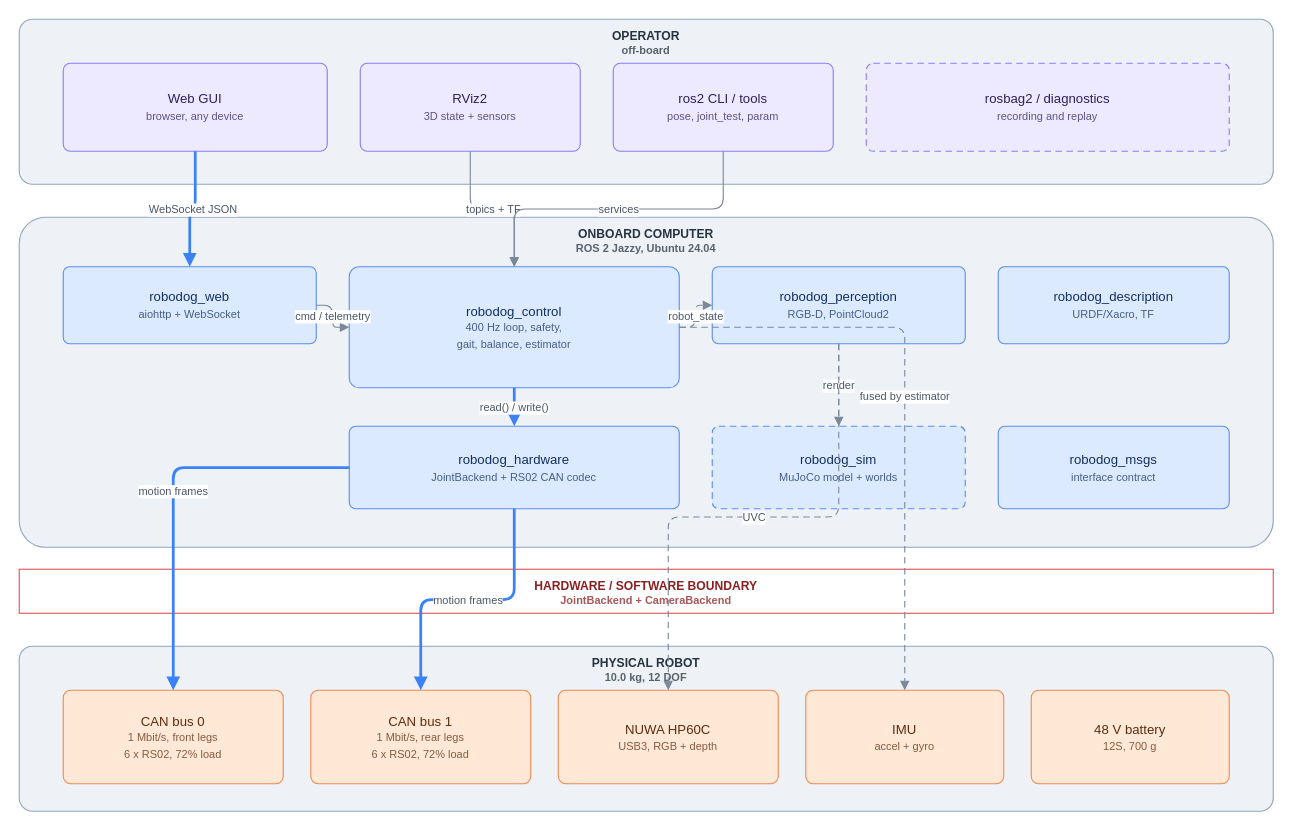
This is docs/diagrams/system_architecture.drawio from farouk15160/robodog, a draw.io file, before an edit. Source tidied: cells renumbered, new cells numbered last; positions are measured from the earlier drawing's top-left corner, leaving out a move shared by most shapes. Both pictures are drawn from the tidied source at 110%, with x=0, y=0 at pixel (19, 19).
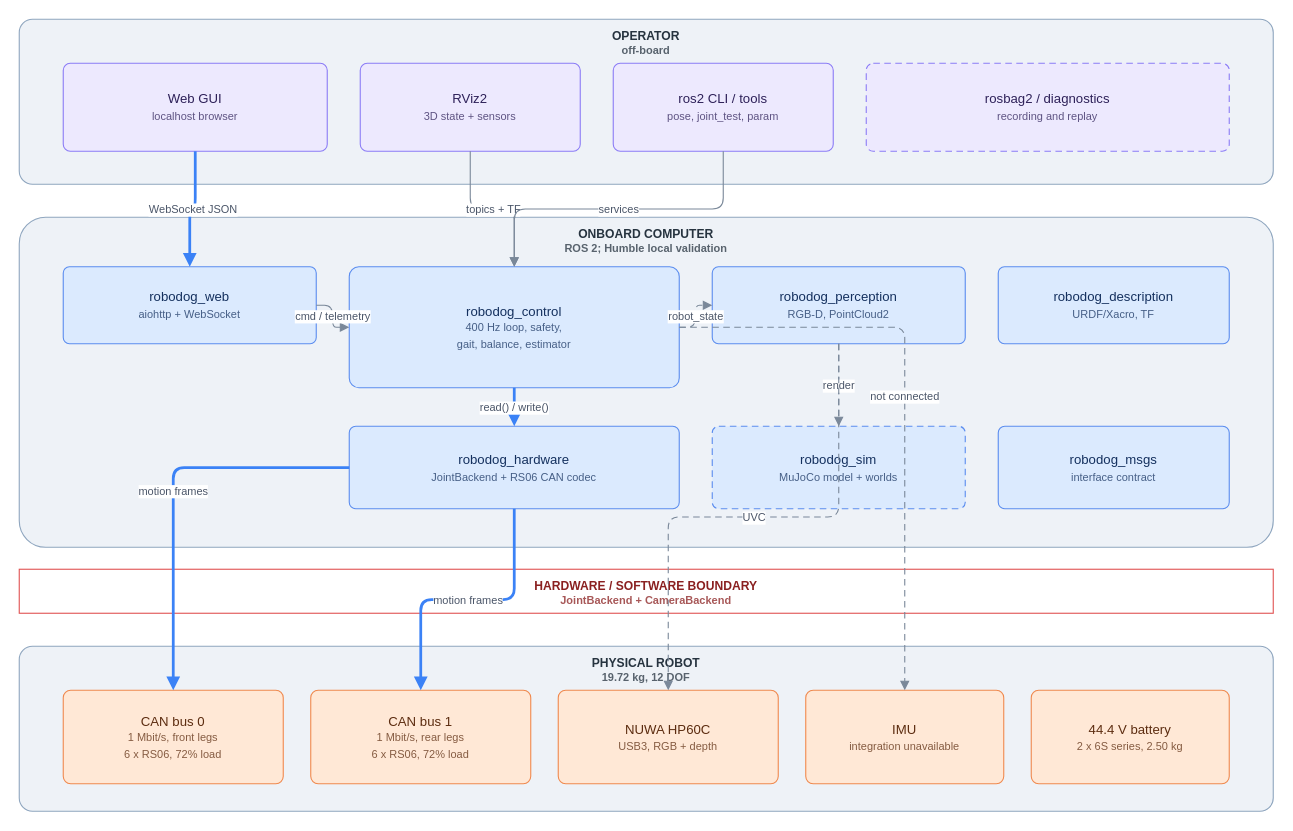
The same diagram, later.

Unchanged cells that the change refers to:
```xml
<mxCell id="11" value="robodog_control&lt;br/&gt;&lt;font style='font-size:10px;opacity:0.75'&gt;400 Hz loop, safety,&#10;gait, balance, estimator&lt;/font&gt;" style="rounded=1;whiteSpace=wrap;html=1;fillColor=#dbeafe;strokeColor=#5b8def;fontColor=#14305e;fontFamily=Helvetica;fontSize=12;arcSize=8;verticalAlign=middle;align=center;spacing=4;" parent="1" vertex="1">
  <mxGeometry x="300" y="225" width="300" height="110" as="geometry" />
</mxCell>
```

Diff of the diagram source:
```diff
@@
-    <mxCell id="3" value="ONBOARD COMPUTER&lt;br/&gt;&lt;font style='font-size:10px;opacity:0.75'&gt;ROS 2 Jazzy, Ubuntu 24.04&lt;/font&gt;" style="rounded=1;whiteSpace=wrap;html=1;fillColor=#eef2f7;strokeColor=#8fa6bf;fontColor=#26333f;fontFamily=Helvetica;fontSize=12;arcSize=8;verticalAlign=middle;align=center;spacing=4;verticalAlign=top;fontStyle=1;fontSize=11;" parent="1" vertex="1">
+    <mxCell id="3" value="ONBOARD COMPUTER&lt;br/&gt;&lt;font style='font-size:10px;opacity:0.75'&gt;ROS 2; Humble local validation&lt;/font&gt;" style="rounded=1;whiteSpace=wrap;html=1;fillColor=#eef2f7;strokeColor=#8fa6bf;fontColor=#26333f;fontFamily=Helvetica;fontSize=12;arcSize=8;verticalAlign=middle;align=center;spacing=4;verticalAlign=top;fontStyle=1;fontSize=11;" parent="1" vertex="1">
       <mxGeometry y="180" width="1140" height="300" as="geometry" />
     </mxCell>
@@
-    <mxCell id="5" value="PHYSICAL ROBOT&lt;br/&gt;&lt;font style='font-size:10px;opacity:0.75'&gt;10.0 kg, 12 DOF&lt;/font&gt;" style="rounded=1;whiteSpace=wrap;html=1;fillColor=#eef2f7;strokeColor=#8fa6bf;fontColor=#26333f;fontFamily=Helvetica;fontSize=12;arcSize=8;verticalAlign=middle;align=center;spacing=4;verticalAlign=top;fontStyle=1;fontSize=11;" parent="1" vertex="1">
+    <mxCell id="5" value="PHYSICAL ROBOT&lt;br/&gt;&lt;font style='font-size:10px;opacity:0.75'&gt;19.72 kg, 12 DOF&lt;/font&gt;" style="rounded=1;whiteSpace=wrap;html=1;fillColor=#eef2f7;strokeColor=#8fa6bf;fontColor=#26333f;fontFamily=Helvetica;fontSize=12;arcSize=8;verticalAlign=middle;align=center;spacing=4;verticalAlign=top;fontStyle=1;fontSize=11;" parent="1" vertex="1">
       <mxGeometry y="570" width="1140" height="150" as="geometry" />
     </mxCell>
-    <mxCell id="6" value="Web GUI&lt;br/&gt;&lt;font style='font-size:10px;opacity:0.75'&gt;browser, any device&lt;/font&gt;" style="rounded=1;whiteSpace=wrap;html=1;fillColor=#ede9fe;strokeColor=#8b7cf6;fontColor=#2e2159;fontFamily=Helvetica;fontSize=12;arcSize=8;verticalAlign=middle;align=center;spacing=4;" parent="1" vertex="1">
+    <mxCell id="6" value="Web GUI&lt;br/&gt;&lt;font style='font-size:10px;opacity:0.75'&gt;localhost browser&lt;/font&gt;" style="rounded=1;whiteSpace=wrap;html=1;fillColor=#ede9fe;strokeColor=#8b7cf6;fontColor=#2e2159;fontFamily=Helvetica;fontSize=12;arcSize=8;verticalAlign=middle;align=center;spacing=4;" parent="1" vertex="1">
       <mxGeometry x="40" y="40" width="240" height="80" as="geometry" />
     </mxCell>
@@
-    <mxCell id="14" value="robodog_hardware&lt;br/&gt;&lt;font style='font-size:10px;opacity:0.75'&gt;JointBackend + RS02 CAN codec&lt;/font&gt;" style="rounded=1;whiteSpace=wrap;html=1;fillColor=#dbeafe;strokeColor=#5b8def;fontColor=#14305e;fontFamily=Helvetica;fontSize=12;arcSize=8;verticalAlign=middle;align=center;spacing=4;" parent="1" vertex="1">
+    <mxCell id="14" value="robodog_hardware&lt;br/&gt;&lt;font style='font-size:10px;opacity:0.75'&gt;JointBackend + RS06 CAN codec&lt;/font&gt;" style="rounded=1;whiteSpace=wrap;html=1;fillColor=#dbeafe;strokeColor=#5b8def;fontColor=#14305e;fontFamily=Helvetica;fontSize=12;arcSize=8;verticalAlign=middle;align=center;spacing=4;" parent="1" vertex="1">
       <mxGeometry x="300" y="370" width="300" height="75" as="geometry" />
     </mxCell>
@@
-    <mxCell id="17" value="CAN bus 0&lt;br/&gt;&lt;font style='font-size:10px;opacity:0.75'&gt;1 Mbit/s, front legs&#10;6 x RS02, 72% load&lt;/font&gt;" style="rounded=1;whiteSpace=wrap;html=1;fillColor=#ffe8d6;strokeColor=#f0894e;fontColor=#5c2c10;fontFamily=Helvetica;fontSize=12;arcSize=8;verticalAlign=middle;align=center;spacing=4;" parent="1" vertex="1">
+    <mxCell id="17" value="CAN bus 0&lt;br/&gt;&lt;font style='font-size:10px;opacity:0.75'&gt;1 Mbit/s, front legs&#10;6 x RS06, 72% load&lt;/font&gt;" style="rounded=1;whiteSpace=wrap;html=1;fillColor=#ffe8d6;strokeColor=#f0894e;fontColor=#5c2c10;fontFamily=Helvetica;fontSize=12;arcSize=8;verticalAlign=middle;align=center;spacing=4;" parent="1" vertex="1">
       <mxGeometry x="40" y="610" width="200" height="85" as="geometry" />
     </mxCell>
-    <mxCell id="18" value="CAN bus 1&lt;br/&gt;&lt;font style='font-size:10px;opacity:0.75'&gt;1 Mbit/s, rear legs&#10;6 x RS02, 72% load&lt;/font&gt;" style="rounded=1;whiteSpace=wrap;html=1;fillColor=#ffe8d6;strokeColor=#f0894e;fontColor=#5c2c10;fontFamily=Helvetica;fontSize=12;arcSize=8;verticalAlign=middle;align=center;spacing=4;" parent="1" vertex="1">
+    <mxCell id="18" value="CAN bus 1&lt;br/&gt;&lt;font style='font-size:10px;opacity:0.75'&gt;1 Mbit/s, rear legs&#10;6 x RS06, 72% load&lt;/font&gt;" style="rounded=1;whiteSpace=wrap;html=1;fillColor=#ffe8d6;strokeColor=#f0894e;fontColor=#5c2c10;fontFamily=Helvetica;fontSize=12;arcSize=8;verticalAlign=middle;align=center;spacing=4;" parent="1" vertex="1">
       <mxGeometry x="265" y="610" width="200" height="85" as="geometry" />
     </mxCell>
@@
-    <mxCell id="20" value="IMU&lt;br/&gt;&lt;font style='font-size:10px;opacity:0.75'&gt;accel + gyro&lt;/font&gt;" style="rounded=1;whiteSpace=wrap;html=1;fillColor=#ffe8d6;strokeColor=#f0894e;fontColor=#5c2c10;fontFamily=Helvetica;fontSize=12;arcSize=8;verticalAlign=middle;align=center;spacing=4;" parent="1" vertex="1">
+    <mxCell id="20" value="IMU&lt;br/&gt;&lt;font style='font-size:10px;opacity:0.75'&gt;integration unavailable&lt;/font&gt;" style="rounded=1;whiteSpace=wrap;html=1;fillColor=#ffe8d6;strokeColor=#f0894e;fontColor=#5c2c10;fontFamily=Helvetica;fontSize=12;arcSize=8;verticalAlign=middle;align=center;spacing=4;" parent="1" vertex="1">
       <mxGeometry x="715" y="610" width="180" height="85" as="geometry" />
     </mxCell>
-    <mxCell id="21" value="48 V battery&lt;br/&gt;&lt;font style='font-size:10px;opacity:0.75'&gt;12S, 700 g&lt;/font&gt;" style="rounded=1;whiteSpace=wrap;html=1;fillColor=#ffe8d6;strokeColor=#f0894e;fontColor=#5c2c10;fontFamily=Helvetica;fontSize=12;arcSize=8;verticalAlign=middle;align=center;spacing=4;" parent="1" vertex="1">
+    <mxCell id="21" value="44.4 V battery&lt;br/&gt;&lt;font style='font-size:10px;opacity:0.75'&gt;2 x 6S series, 2.50 kg&lt;/font&gt;" style="rounded=1;whiteSpace=wrap;html=1;fillColor=#ffe8d6;strokeColor=#f0894e;fontColor=#5c2c10;fontFamily=Helvetica;fontSize=12;arcSize=8;verticalAlign=middle;align=center;spacing=4;" parent="1" vertex="1">
       <mxGeometry x="920" y="610" width="180" height="85" as="geometry" />
     </mxCell>
@@
-    <mxCell id="32" value="fused by estimator" style="edgeStyle=orthogonalEdgeStyle;rounded=1;html=1;fontFamily=Helvetica;fontSize=10;fontColor=#4a5568;strokeColor=#7a8899;endArrow=block;endFill=1;dashed=1;dashPattern=6 4;" parent="1" edge="1" source="11" target="20">
+    <mxCell id="32" value="not connected" style="edgeStyle=orthogonalEdgeStyle;rounded=1;html=1;fontFamily=Helvetica;fontSize=10;fontColor=#4a5568;strokeColor=#7a8899;endArrow=block;endFill=1;dashed=1;dashPattern=6 4;" parent="1" edge="1" source="11" target="20">
       <mxGeometry relative="1" as="geometry" />
     </mxCell>
```
